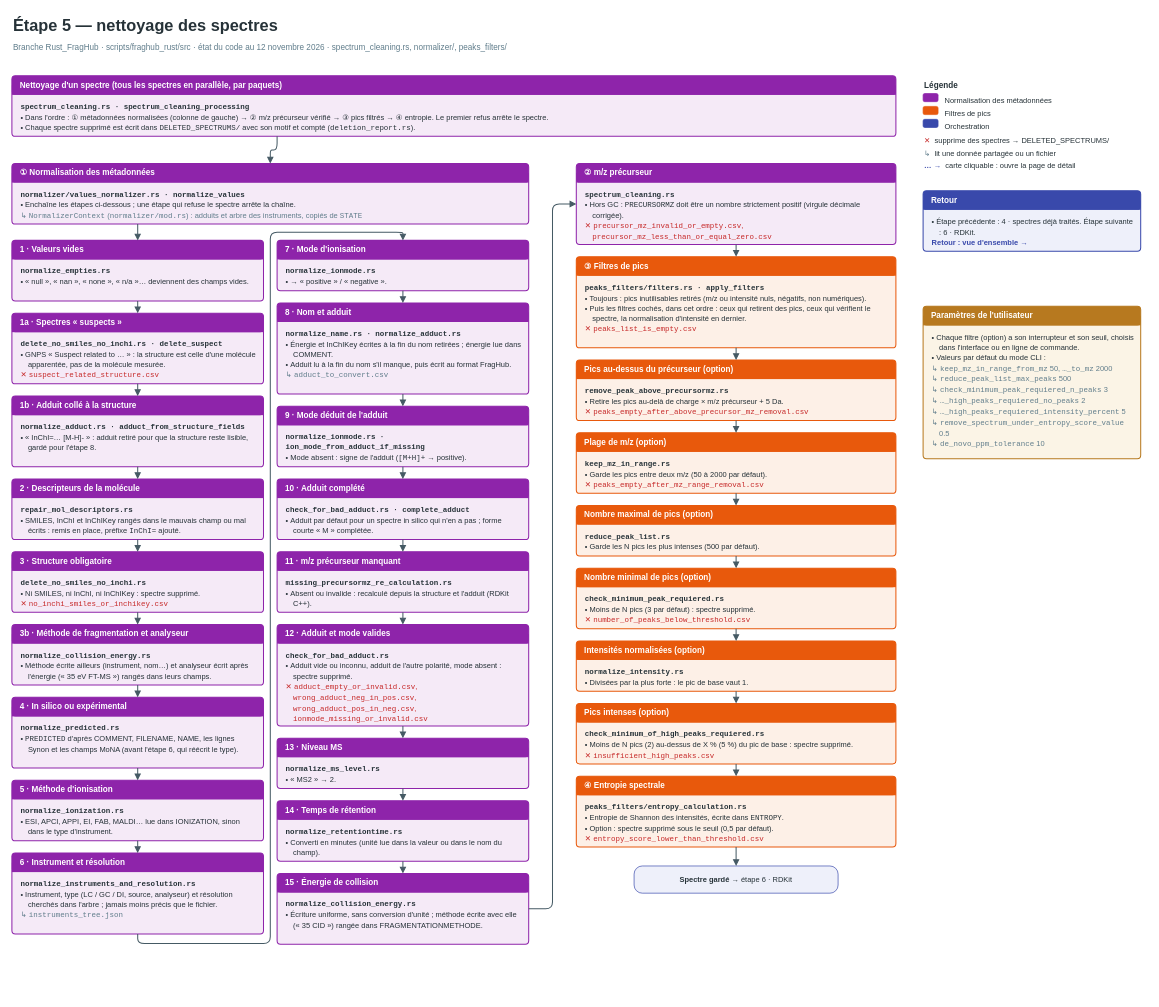
Earlier version of the draw.io diagram page "3 · Nettoyage des spectres" (3 of 5) of documentation/Backend_component_diagram.drawio (ADablanc/FragHub). Source tidied: cells renumbered, new cells numbered last; positions are measured from the earlier drawing's top-left corner, leaving out a move shared by most shapes. Both pictures are drawn from the tidied source at 68%, with x=0, y=0 at pixel (12, 12).
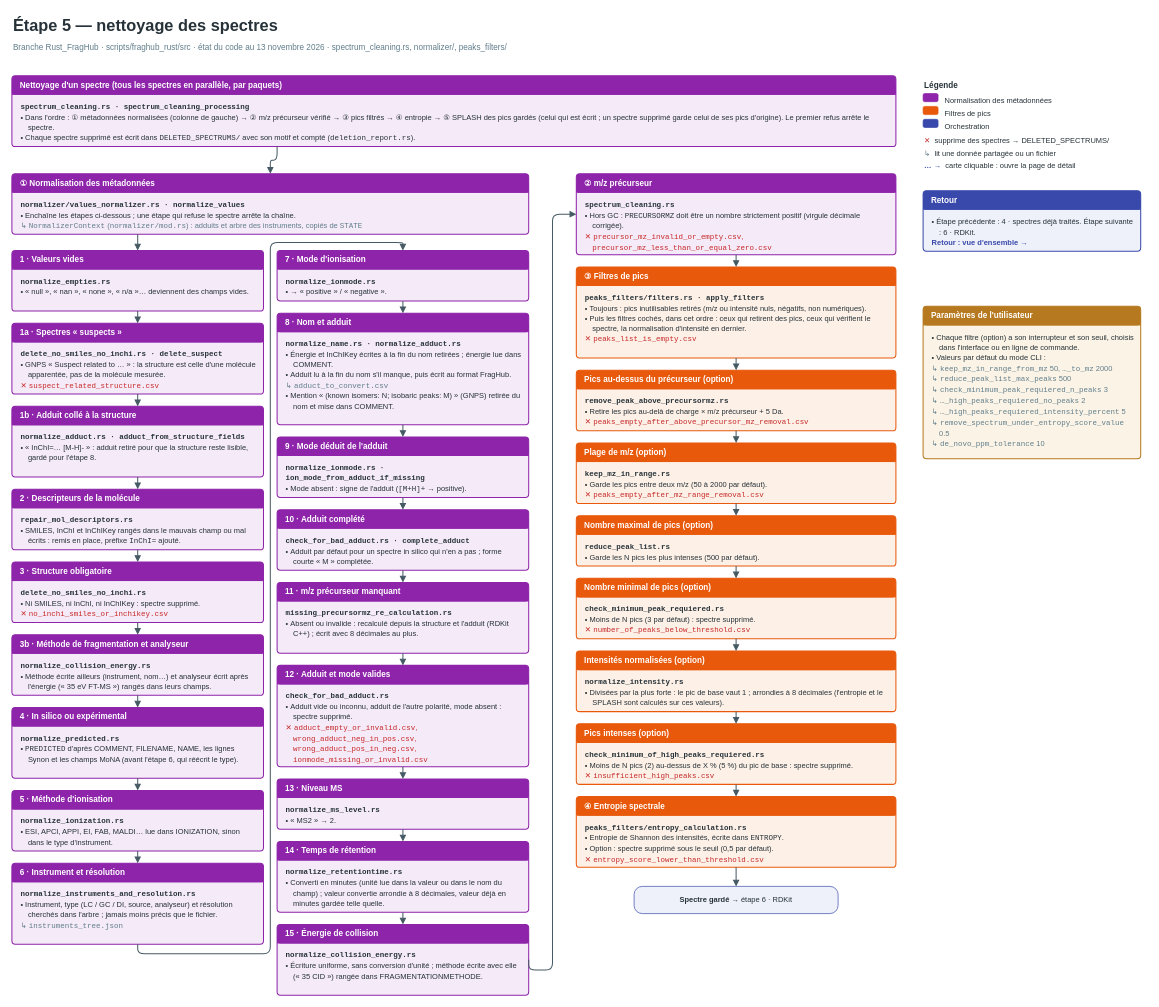
After the change.

Commit message (it also covers changes not shown here):
docs: update component diagrams (SPLASH, 8 decimals, decimal comma, input validation, tests)

What changed in the source:
```diff
@@
-    <mxCell id="3" value="Branche Rust_FragHub · scripts/fraghub_rust/src · état du code au 12 novembre 2026 · spectrum_cleaning.rs, normalizer/, peaks_filters/" style="text;html=1;fillColor=none;strokeColor=none;whiteSpace=wrap;align=left;verticalAlign=top;fontSize=12;fontColor=#607D8B;fontStyle=0;fontFamily=Helvetica;" parent="1" vertex="1">
+    <mxCell id="3" value="Branche Rust_FragHub · scripts/fraghub_rust/src · état du code au 13 novembre 2026 · spectrum_cleaning.rs, normalizer/, peaks_filters/" style="text;html=1;fillColor=none;strokeColor=none;whiteSpace=wrap;align=left;verticalAlign=top;fontSize=12;fontColor=#607D8B;fontStyle=0;fontFamily=Helvetica;" parent="1" vertex="1">
       <mxGeometry y="38" width="1200" height="20" as="geometry" />
     </mxCell>
     <mxCell id="4" style="rounded=1;absoluteArcSize=1;arcSize=10;html=1;fillColor=#F5EAF7;strokeColor=#8E24AA;strokeWidth=1.5;" parent="1" vertex="1">
-      <mxGeometry y="94" width="1300" height="89" as="geometry" />
+      <mxGeometry y="94" width="1300" height="104" as="geometry" />
     </mxCell>
@@
-    <mxCell id="7" value="&lt;div style=&quot;line-height:15px&quot;&gt;&lt;div style=&quot;font-family:Courier New,monospace;font-weight:bold;color:#263238&quot;&gt;spectrum_cleaning.rs · spectrum_cleaning_processing&lt;/div&gt;&lt;div style=&quot;margin-left:11px;text-indent:-11px&quot;&gt;•&amp;nbsp;Dans l'ordre : ① métadonnées normalisées (colonne de gauche) → ② m/z précurseur vérifié → ③ pics filtrés → ④ entropie. Le premier refus arrête le spectre.&lt;/div&gt;&lt;div style=&quot;margin-left:11px;text-indent:-11px&quot;&gt;•&amp;nbsp;Chaque spectre supprimé est écrit dans &lt;span style=&quot;font-family:Courier New,monospace&quot;&gt;DELETED_SPECTRUMS/&lt;/span&gt; avec son motif et compté (&lt;span style=&quot;font-family:Courier New,monospace&quot;&gt;deletion_report.rs&lt;/span&gt;).&lt;/div&gt;&lt;/div&gt;" style="text;html=1;fillColor=none;strokeColor=none;whiteSpace=wrap;align=left;verticalAlign=top;spacingLeft=11;spacingRight=8;spacingTop=4;fontSize=11;fontColor=#263238;fontFamily=Helvetica;" parent="4" vertex="1">
-      <mxGeometry y="28" width="1300" height="61" as="geometry" />
+    <mxCell id="7" value="&lt;div style=&quot;line-height:15px&quot;&gt;&lt;div style=&quot;font-family:Courier New,monospace;font-weight:bold;color:#263238&quot;&gt;spectrum_cleaning.rs · spectrum_cleaning_processing&lt;/div&gt;&lt;div style=&quot;margin-left:11px;text-indent:-11px&quot;&gt;•&amp;nbsp;Dans l'ordre : ① métadonnées normalisées (colonne de gauche) → ② m/z précurseur vérifié → ③ pics filtrés → ④ entropie → ⑤ SPLASH des pics gardés (celui qui est écrit ; un spectre supprimé garde celui de ses pics d'origine). Le premier refus arrête le spectre.&lt;/div&gt;&lt;div style=&quot;margin-left:11px;text-indent:-11px&quot;&gt;•&amp;nbsp;Chaque spectre supprimé est écrit dans &lt;span style=&quot;font-family:Courier New,monospace&quot;&gt;DELETED_SPECTRUMS/&lt;/span&gt; avec son motif et compté (&lt;span style=&quot;font-family:Courier New,monospace&quot;&gt;deletion_report.rs&lt;/span&gt;).&lt;/div&gt;&lt;/div&gt;" style="text;html=1;fillColor=none;strokeColor=none;whiteSpace=wrap;align=left;verticalAlign=top;spacingLeft=11;spacingRight=8;spacingTop=4;fontSize=11;fontColor=#263238;fontFamily=Helvetica;" parent="4" vertex="1">
+      <mxGeometry y="28" width="1300" height="76" as="geometry" />
     </mxCell>
     <mxCell id="8" style="rounded=1;absoluteArcSize=1;arcSize=10;html=1;fillColor=#F5EAF7;strokeColor=#8E24AA;strokeWidth=1.5;" parent="1" vertex="1">
-      <mxGeometry y="223" width="760" height="89" as="geometry" />
+      <mxGeometry y="238" width="760" height="89" as="geometry" />
     </mxCell>
@@
     <mxCell id="13" style="rounded=1;absoluteArcSize=1;arcSize=10;html=1;fillColor=#F5EAF7;strokeColor=#8E24AA;strokeWidth=1.5;" parent="1" vertex="1">
-      <mxGeometry y="336" width="370" height="89" as="geometry" />
+      <mxGeometry y="351" width="370" height="89" as="geometry" />
     </mxCell>
@@
     <mxCell id="17" style="rounded=1;absoluteArcSize=1;arcSize=10;html=1;fillColor=#F5EAF7;strokeColor=#8E24AA;strokeWidth=1.5;" parent="1" vertex="1">
-      <mxGeometry y="443" width="370" height="104" as="geometry" />
+      <mxGeometry y="458" width="370" height="104" as="geometry" />
     </mxCell>
@@
     <mxCell id="21" style="rounded=1;absoluteArcSize=1;arcSize=10;html=1;fillColor=#F5EAF7;strokeColor=#8E24AA;strokeWidth=1.5;" parent="1" vertex="1">
-      <mxGeometry y="565" width="370" height="104" as="geometry" />
+      <mxGeometry y="580" width="370" height="104" as="geometry" />
     </mxCell>
@@
     <mxCell id="25" style="rounded=1;absoluteArcSize=1;arcSize=10;html=1;fillColor=#F5EAF7;strokeColor=#8E24AA;strokeWidth=1.5;" parent="1" vertex="1">
-      <mxGeometry y="687" width="370" height="89" as="geometry" />
+      <mxGeometry y="702" width="370" height="89" as="geometry" />
     </mxCell>
@@
     <mxCell id="29" style="rounded=1;absoluteArcSize=1;arcSize=10;html=1;fillColor=#F5EAF7;strokeColor=#8E24AA;strokeWidth=1.5;" parent="1" vertex="1">
-      <mxGeometry y="794" width="370" height="89" as="geometry" />
+      <mxGeometry y="809" width="370" height="89" as="geometry" />
     </mxCell>
@@
     <mxCell id="33" style="rounded=1;absoluteArcSize=1;arcSize=10;html=1;fillColor=#F5EAF7;strokeColor=#8E24AA;strokeWidth=1.5;" parent="1" vertex="1">
-      <mxGeometry y="901" width="370" height="89" as="geometry" />
+      <mxGeometry y="916" width="370" height="89" as="geometry" />
     </mxCell>
@@
     <mxCell id="37" style="rounded=1;absoluteArcSize=1;arcSize=10;html=1;fillColor=#F5EAF7;strokeColor=#8E24AA;strokeWidth=1.5;" parent="1" vertex="1">
-      <mxGeometry y="1008" width="370" height="104" as="geometry" />
+      <mxGeometry y="1023" width="370" height="104" as="geometry" />
     </mxCell>
@@
     <mxCell id="41" style="rounded=1;absoluteArcSize=1;arcSize=10;html=1;fillColor=#F5EAF7;strokeColor=#8E24AA;strokeWidth=1.5;" parent="1" vertex="1">
-      <mxGeometry y="1130" width="370" height="89" as="geometry" />
+      <mxGeometry y="1145" width="370" height="89" as="geometry" />
     </mxCell>
@@
     <mxCell id="45" style="rounded=1;absoluteArcSize=1;arcSize=10;html=1;fillColor=#F5EAF7;strokeColor=#8E24AA;strokeWidth=1.5;" parent="1" vertex="1">
-      <mxGeometry y="1237" width="370" height="119" as="geometry" />
+      <mxGeometry y="1252" width="370" height="119" as="geometry" />
     </mxCell>
@@
     <mxCell id="57" style="rounded=1;absoluteArcSize=1;arcSize=10;html=1;fillColor=#F5EAF7;strokeColor=#8E24AA;strokeWidth=1.5;" parent="1" vertex="1">
-      <mxGeometry x="390" y="336" width="370" height="74" as="geometry" />
+      <mxGeometry x="390" y="351" width="370" height="74" as="geometry" />
     </mxCell>
@@
     <mxCell id="61" style="rounded=1;absoluteArcSize=1;arcSize=10;html=1;fillColor=#F5EAF7;strokeColor=#8E24AA;strokeWidth=1.5;" parent="1" vertex="1">
-      <mxGeometry x="390" y="428" width="370" height="134" as="geometry" />
+      <mxGeometry x="390" y="443" width="370" height="164" as="geometry" />
     </mxCell>
@@
-    <mxCell id="64" value="&lt;div style=&quot;line-height:15px&quot;&gt;&lt;div style=&quot;font-family:Courier New,monospace;font-weight:bold;color:#263238&quot;&gt;normalize_name.rs · normalize_adduct.rs&lt;/div&gt;&lt;div style=&quot;margin-left:11px;text-indent:-11px&quot;&gt;•&amp;nbsp;Énergie et InChIKey écrites à la fin du nom retirées ; énergie lue dans COMMENT.&lt;/div&gt;&lt;div style=&quot;margin-left:11px;text-indent:-11px&quot;&gt;•&amp;nbsp;Adduit lu à la fin du nom s'il manque, puis écrit au format FragHub.&lt;/div&gt;&lt;div style=&quot;margin-left:11px;text-indent:-11px;color:#607D8B&quot;&gt;↳&amp;nbsp;&lt;span style=&quot;font-family:Courier New,monospace&quot;&gt;adduct_to_convert.csv&lt;/span&gt;&lt;/div&gt;&lt;/div&gt;" style="text;html=1;fillColor=none;strokeColor=none;whiteSpace=wrap;align=left;verticalAlign=top;spacingLeft=11;spacingRight=8;spacingTop=4;fontSize=11;fontColor=#263238;fontFamily=Helvetica;" parent="61" vertex="1">
-      <mxGeometry y="28" width="370" height="106" as="geometry" />
+    <mxCell id="64" value="&lt;div style=&quot;line-height:15px&quot;&gt;&lt;div style=&quot;font-family:Courier New,monospace;font-weight:bold;color:#263238&quot;&gt;normalize_name.rs · normalize_adduct.rs&lt;/div&gt;&lt;div style=&quot;margin-left:11px;text-indent:-11px&quot;&gt;•&amp;nbsp;Énergie et InChIKey écrites à la fin du nom retirées ; énergie lue dans COMMENT.&lt;/div&gt;&lt;div style=&quot;margin-left:11px;text-indent:-11px&quot;&gt;•&amp;nbsp;Adduit lu à la fin du nom s'il manque, puis écrit au format FragHub.&lt;/div&gt;&lt;div style=&quot;margin-left:11px;text-indent:-11px;color:#607D8B&quot;&gt;↳&amp;nbsp;&lt;span style=&quot;font-family:Courier New,monospace&quot;&gt;adduct_to_convert.csv&lt;/span&gt;&lt;/div&gt;&lt;div style=&quot;margin-left:11px;text-indent:-11px&quot;&gt;•&amp;nbsp;Mention « (known isomers: N; isobaric peaks: M) » (GNPS) retirée du nom et mise dans COMMENT.&lt;/div&gt;&lt;/div&gt;" style="text;html=1;fillColor=none;strokeColor=none;whiteSpace=wrap;align=left;verticalAlign=top;spacingLeft=11;spacingRight=8;spacingTop=4;fontSize=11;fontColor=#263238;fontFamily=Helvetica;" parent="61" vertex="1">
+      <mxGeometry y="28" width="370" height="136" as="geometry" />
     </mxCell>
     <mxCell id="65" style="rounded=1;absoluteArcSize=1;arcSize=10;html=1;fillColor=#F5EAF7;strokeColor=#8E24AA;strokeWidth=1.5;" parent="1" vertex="1">
-      <mxGeometry x="390" y="580" width="370" height="89" as="geometry" />
+      <mxGeometry x="390" y="625" width="370" height="89" as="geometry" />
     </mxCell>
@@
     <mxCell id="69" style="rounded=1;absoluteArcSize=1;arcSize=10;html=1;fillColor=#F5EAF7;strokeColor=#8E24AA;strokeWidth=1.5;" parent="1" vertex="1">
-      <mxGeometry x="390" y="687" width="370" height="89" as="geometry" />
+      <mxGeometry x="390" y="732" width="370" height="89" as="geometry" />
     </mxCell>
@@
     <mxCell id="73" style="rounded=1;absoluteArcSize=1;arcSize=10;html=1;fillColor=#F5EAF7;strokeColor=#8E24AA;strokeWidth=1.5;" parent="1" vertex="1">
-      <mxGeometry x="390" y="794" width="370" height="89" as="geometry" />
+      <mxGeometry x="390" y="839" width="370" height="104" as="geometry" />
     </mxCell>
@@
-    <mxCell id="76" value="&lt;div style=&quot;line-height:15px&quot;&gt;&lt;div style=&quot;font-family:Courier New,monospace;font-weight:bold;color:#263238&quot;&gt;missing_precursormz_re_calculation.rs&lt;/div&gt;&lt;div style=&quot;margin-left:11px;text-indent:-11px&quot;&gt;•&amp;nbsp;Absent ou invalide : recalculé depuis la structure et l'adduit (RDKit C++).&lt;/div&gt;&lt;/div&gt;" style="text;html=1;fillColor=none;strokeColor=none;whiteSpace=wrap;align=left;verticalAlign=top;spacingLeft=11;spacingRight=8;spacingTop=4;fontSize=11;fontColor=#263238;fontFamily=Helvetica;" parent="73" vertex="1">
-      <mxGeometry y="28" width="370" height="61" as="geometry" />
+    <mxCell id="76" value="&lt;div style=&quot;line-height:15px&quot;&gt;&lt;div style=&quot;font-family:Courier New,monospace;font-weight:bold;color:#263238&quot;&gt;missing_precursormz_re_calculation.rs&lt;/div&gt;&lt;div style=&quot;margin-left:11px;text-indent:-11px&quot;&gt;•&amp;nbsp;Absent ou invalide : recalculé depuis la structure et l'adduit (RDKit C++) ; écrit avec 8 décimales au plus.&lt;/div&gt;&lt;/div&gt;" style="text;html=1;fillColor=none;strokeColor=none;whiteSpace=wrap;align=left;verticalAlign=top;spacingLeft=11;spacingRight=8;spacingTop=4;fontSize=11;fontColor=#263238;fontFamily=Helvetica;" parent="73" vertex="1">
+      <mxGeometry y="28" width="370" height="76" as="geometry" />
     </mxCell>
     <mxCell id="77" style="rounded=1;absoluteArcSize=1;arcSize=10;html=1;fillColor=#F5EAF7;strokeColor=#8E24AA;strokeWidth=1.5;" parent="1" vertex="1">
-      <mxGeometry x="390" y="901" width="370" height="149" as="geometry" />
+      <mxGeometry x="390" y="961" width="370" height="149" as="geometry" />
     </mxCell>
@@
     <mxCell id="81" style="rounded=1;absoluteArcSize=1;arcSize=10;html=1;fillColor=#F5EAF7;strokeColor=#8E24AA;strokeWidth=1.5;" parent="1" vertex="1">
-      <mxGeometry x="390" y="1068" width="370" height="74" as="geometry" />
+      <mxGeometry x="390" y="1128" width="370" height="74" as="geometry" />
     </mxCell>
@@
     <mxCell id="85" style="rounded=1;absoluteArcSize=1;arcSize=10;html=1;fillColor=#F5EAF7;strokeColor=#8E24AA;strokeWidth=1.5;" parent="1" vertex="1">
-      <mxGeometry x="390" y="1160" width="370" height="89" as="geometry" />
+      <mxGeometry x="390" y="1220" width="370" height="104" as="geometry" />
     </mxCell>
@@
-    <mxCell id="88" value="&lt;div style=&quot;line-height:15px&quot;&gt;&lt;div style=&quot;font-family:Courier New,monospace;font-weight:bold;color:#263238&quot;&gt;normalize_retentiontime.rs&lt;/div&gt;&lt;div style=&quot;margin-left:11px;text-indent:-11px&quot;&gt;•&amp;nbsp;Converti en minutes (unité lue dans la valeur ou dans le nom du champ).&lt;/div&gt;&lt;/div&gt;" style="text;html=1;fillColor=none;strokeColor=none;whiteSpace=wrap;align=left;verticalAlign=top;spacingLeft=11;spacingRight=8;spacingTop=4;fontSize=11;fontColor=#263238;fontFamily=Helvetica;" parent="85" vertex="1">
-      <mxGeometry y="28" width="370" height="61" as="geometry" />
+    <mxCell id="88" value="&lt;div style=&quot;line-height:15px&quot;&gt;&lt;div style=&quot;font-family:Courier New,monospace;font-weight:bold;color:#263238&quot;&gt;normalize_retentiontime.rs&lt;/div&gt;&lt;div style=&quot;margin-left:11px;text-indent:-11px&quot;&gt;•&amp;nbsp;Converti en minutes (unité lue dans la valeur ou dans le nom du champ) ; valeur convertie arrondie à 8 décimales, valeur déjà en minutes gardée telle quelle.&lt;/div&gt;&lt;/div&gt;" style="text;html=1;fillColor=none;strokeColor=none;whiteSpace=wrap;align=left;verticalAlign=top;spacingLeft=11;spacingRight=8;spacingTop=4;fontSize=11;fontColor=#263238;fontFamily=Helvetica;" parent="85" vertex="1">
+      <mxGeometry y="28" width="370" height="76" as="geometry" />
     </mxCell>
     <mxCell id="89" style="rounded=1;absoluteArcSize=1;arcSize=10;html=1;fillColor=#F5EAF7;strokeColor=#8E24AA;strokeWidth=1.5;" parent="1" vertex="1">
-      <mxGeometry x="390" y="1267" width="370" height="104" as="geometry" />
+      <mxGeometry x="390" y="1342" width="370" height="104" as="geometry" />
     </mxCell>
@@
     <mxCell id="102" style="edgeStyle=orthogonalEdgeStyle;rounded=1;jettySize=auto;html=1;strokeColor=#455A64;strokeWidth=1.5;endArrow=block;endFill=1;endSize=6;fontSize=10;fontColor=#455A64;labelBackgroundColor=#FFFFFF;exitX=0.5;exitY=1;exitDx=0;exitDy=0;entryX=0.5;entryY=0;entryDx=0;entryDy=0;" parent="1" edge="1" source="45" target="57">
       <mxGeometry relative="1" as="geometry">
         <Array as="points">
-          <mxPoint x="185" y="1370" />
-          <mxPoint x="380" y="1370" />
-          <mxPoint x="380" y="324" />
-          <mxPoint x="575" y="324" />
+          <mxPoint x="185" y="1385" />
+          <mxPoint x="380" y="1445" />
+          <mxPoint x="380" y="339" />
+          <mxPoint x="575" y="339" />
         </Array>
       </mxGeometry>
     </mxCell>
     <mxCell id="103" style="rounded=1;absoluteArcSize=1;arcSize=10;html=1;fillColor=#F5EAF7;strokeColor=#8E24AA;strokeWidth=1.5;" parent="1" vertex="1">
-      <mxGeometry x="830" y="223" width="470" height="119" as="geometry" />
+      <mxGeometry x="830" y="238" width="470" height="119" as="geometry" />
     </mxCell>
@@
     <mxCell id="107" style="rounded=1;absoluteArcSize=1;arcSize=10;html=1;fillColor=#FDF0E7;strokeColor=#E8590C;strokeWidth=1.5;" parent="1" vertex="1">
-      <mxGeometry x="830" y="360" width="470" height="134" as="geometry" />
+      <mxGeometry x="830" y="375" width="470" height="134" as="geometry" />
     </mxCell>
@@
     <mxCell id="111" style="rounded=1;absoluteArcSize=1;arcSize=10;html=1;fillColor=#FDF0E7;strokeColor=#E8590C;strokeWidth=1.5;" parent="1" vertex="1">
-      <mxGeometry x="830" y="512" width="470" height="89" as="geometry" />
+      <mxGeometry x="830" y="527" width="470" height="89" as="geometry" />
     </mxCell>
@@
     <mxCell id="115" style="rounded=1;absoluteArcSize=1;arcSize=10;html=1;fillColor=#FDF0E7;strokeColor=#E8590C;strokeWidth=1.5;" parent="1" vertex="1">
-      <mxGeometry x="830" y="619" width="470" height="89" as="geometry" />
+      <mxGeometry x="830" y="634" width="470" height="89" as="geometry" />
     </mxCell>
@@
     <mxCell id="119" style="rounded=1;absoluteArcSize=1;arcSize=10;html=1;fillColor=#FDF0E7;strokeColor=#E8590C;strokeWidth=1.5;" parent="1" vertex="1">
-      <mxGeometry x="830" y="726" width="470" height="74" as="geometry" />
+      <mxGeometry x="830" y="741" width="470" height="74" as="geometry" />
     </mxCell>
@@
     <mxCell id="123" style="rounded=1;absoluteArcSize=1;arcSize=10;html=1;fillColor=#FDF0E7;strokeColor=#E8590C;strokeWidth=1.5;" parent="1" vertex="1">
-      <mxGeometry x="830" y="818" width="470" height="89" as="geometry" />
+      <mxGeometry x="830" y="833" width="470" height="89" as="geometry" />
     </mxCell>
@@
     <mxCell id="127" style="rounded=1;absoluteArcSize=1;arcSize=10;html=1;fillColor=#FDF0E7;strokeColor=#E8590C;strokeWidth=1.5;" parent="1" vertex="1">
-      <mxGeometry x="830" y="925" width="470" height="74" as="geometry" />
+      <mxGeometry x="830" y="940" width="470" height="89" as="geometry" />
     </mxCell>
@@
-    <mxCell id="130" value="&lt;div style=&quot;line-height:15px&quot;&gt;&lt;div style=&quot;font-family:Courier New,monospace;font-weight:bold;color:#263238&quot;&gt;normalize_intensity.rs&lt;/div&gt;&lt;div style=&quot;margin-left:11px;text-indent:-11px&quot;&gt;•&amp;nbsp;Divisées par la plus forte : le pic de base vaut 1.&lt;/div&gt;&lt;/div&gt;" style="text;html=1;fillColor=none;strokeColor=none;whiteSpace=wrap;align=left;verticalAlign=top;spacingLeft=11;spacingRight=8;spacingTop=4;fontSize=11;fontColor=#263238;fontFamily=Helvetica;" parent="127" vertex="1">
-      <mxGeometry y="28" width="470" height="46" as="geometry" />
+    <mxCell id="130" value="&lt;div style=&quot;line-height:15px&quot;&gt;&lt;div style=&quot;font-family:Courier New,monospace;font-weight:bold;color:#263238&quot;&gt;normalize_intensity.rs&lt;/div&gt;&lt;div style=&quot;margin-left:11px;text-indent:-11px&quot;&gt;•&amp;nbsp;Divisées par la plus forte : le pic de base vaut 1 ; arrondies à 8 décimales (l'entropie et le SPLASH sont calculés sur ces valeurs).&lt;/div&gt;&lt;/div&gt;" style="text;html=1;fillColor=none;strokeColor=none;whiteSpace=wrap;align=left;verticalAlign=top;spacingLeft=11;spacingRight=8;spacingTop=4;fontSize=11;fontColor=#263238;fontFamily=Helvetica;" parent="127" vertex="1">
+      <mxGeometry y="28" width="470" height="61" as="geometry" />
     </mxCell>
     <mxCell id="131" style="rounded=1;absoluteArcSize=1;arcSize=10;html=1;fillColor=#FDF0E7;strokeColor=#E8590C;strokeWidth=1.5;" parent="1" vertex="1">
-      <mxGeometry x="830" y="1017" width="470" height="89" as="geometry" />
+      <mxGeometry x="830" y="1047" width="470" height="89" as="geometry" />
     </mxCell>
@@
     <mxCell id="135" style="rounded=1;absoluteArcSize=1;arcSize=10;html=1;fillColor=#FDF0E7;strokeColor=#E8590C;strokeWidth=1.5;" parent="1" vertex="1">
-      <mxGeometry x="830" y="1124" width="470" height="104" as="geometry" />
+      <mxGeometry x="830" y="1154" width="470" height="104" as="geometry" />
     </mxCell>
@@
     <mxCell id="147" style="edgeStyle=orthogonalEdgeStyle;rounded=1;jettySize=auto;html=1;strokeColor=#455A64;strokeWidth=1.5;endArrow=block;endFill=1;endSize=6;fontSize=10;fontColor=#455A64;labelBackgroundColor=#FFFFFF;exitX=1;exitY=0.5;exitDx=0;exitDy=0;entryX=0;entryY=0.5;entryDx=0;entryDy=0;" parent="1" edge="1" source="89" target="103">
       <mxGeometry relative="1" as="geometry">
         <Array as="points">
-          <mxPoint x="795" y="1319" />
-          <mxPoint x="795" y="282.5" />
+          <mxPoint x="795" y="1409" />
+          <mxPoint x="795" y="297.5" />
         </Array>
       </mxGeometry>
     </mxCell>
     <mxCell id="148" value="&lt;b&gt;Spectre gardé&lt;/b&gt; → étape 6 · RDKit" style="rounded=1;arcSize=30;whiteSpace=wrap;html=1;fillColor=#EEF0FA;strokeColor=#3949AB;fontColor=#263238;fontSize=11;fontStyle=0;fontFamily=Helvetica;" parent="1" vertex="1">
-      <mxGeometry x="915" y="1256" width="300" height="40" as="geometry" />
+      <mxGeometry x="915" y="1286" width="300" height="40" as="geometry" />
     </mxCell>
```
